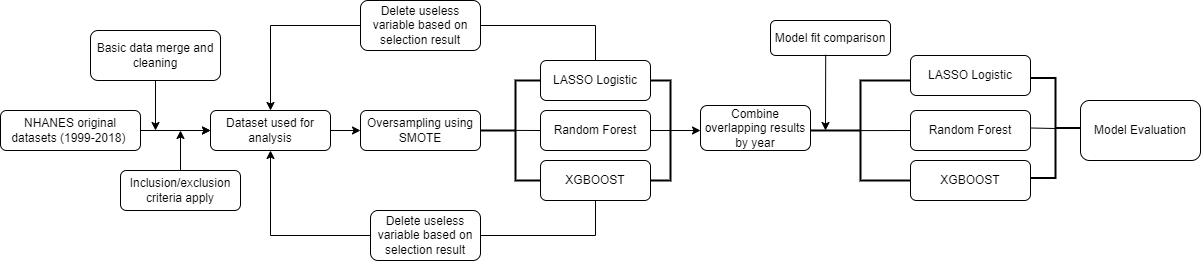
Above: Results/Flowchart.drawio.png in xuetao666/625_Group5 (draw.io), before the change. Source tidied: cells renumbered, new cells last; positions are measured from the earlier drawing's top-left corner, leaving out a move shared by most shapes.
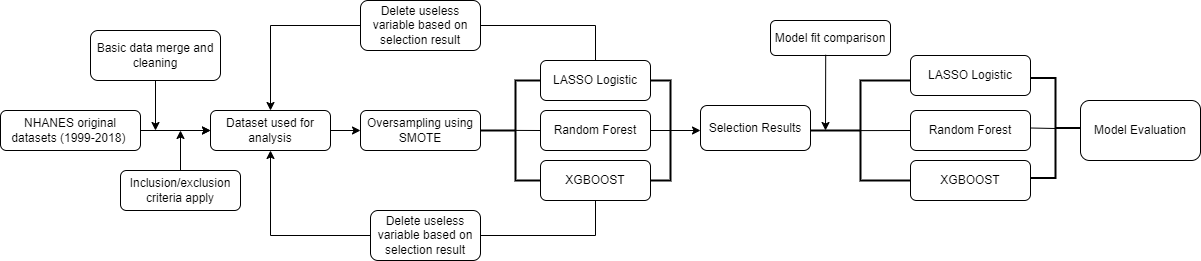
Later version of the same file.

What changed in the source:
```diff
@@ -48,7 +48,7 @@
     <mxCell id="15" style="strokeWidth=2;html=1;shape=mxgraph.flowchart.annotation_1;align=left;rotation=-180;" parent="1" vertex="1">
       <mxGeometry x="650" y="80" width="20" height="100" as="geometry" />
     </mxCell>
-    <mxCell id="16" value="Combine overlapping results by year" style="rounded=1;whiteSpace=wrap;html=1;" parent="1" vertex="1">
+    <mxCell id="16" value="Selection Results" style="rounded=1;whiteSpace=wrap;html=1;" parent="1" vertex="1">
       <mxGeometry x="700" y="105" width="110" height="45" as="geometry" />
     </mxCell>
     <mxCell id="17" value="Delete useless variable based on selection result" style="rounded=1;whiteSpace=wrap;html=1;" parent="1" vertex="1">
```
